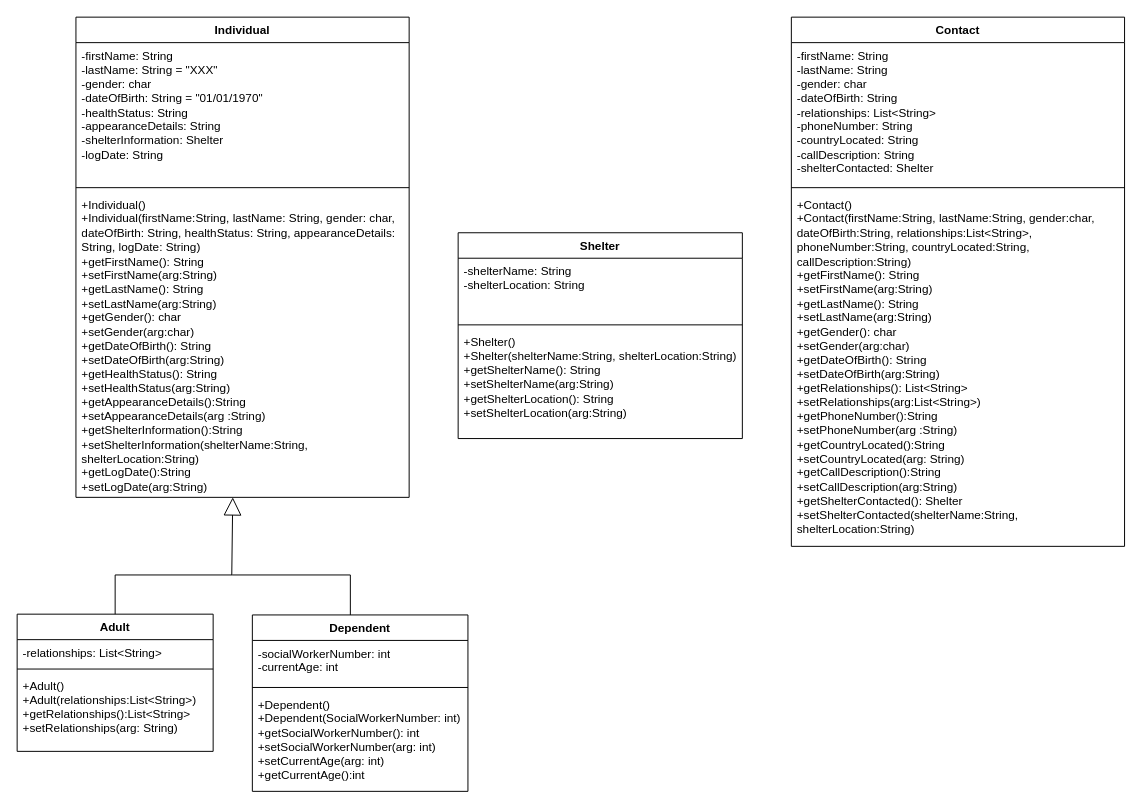
ENSF-380-Group-25/Project-1 keeps this draw.io diagram as disaster_recover_UML_25.drawio. Above is the earlier version. Source tidied: cells renumbered, new cells numbered last; positions are measured from the earlier drawing's top-left corner, leaving out a move shared by most shapes. Both pictures are drawn from the tidied source at 98%, with x=0, y=0 at pixel (17, 17).
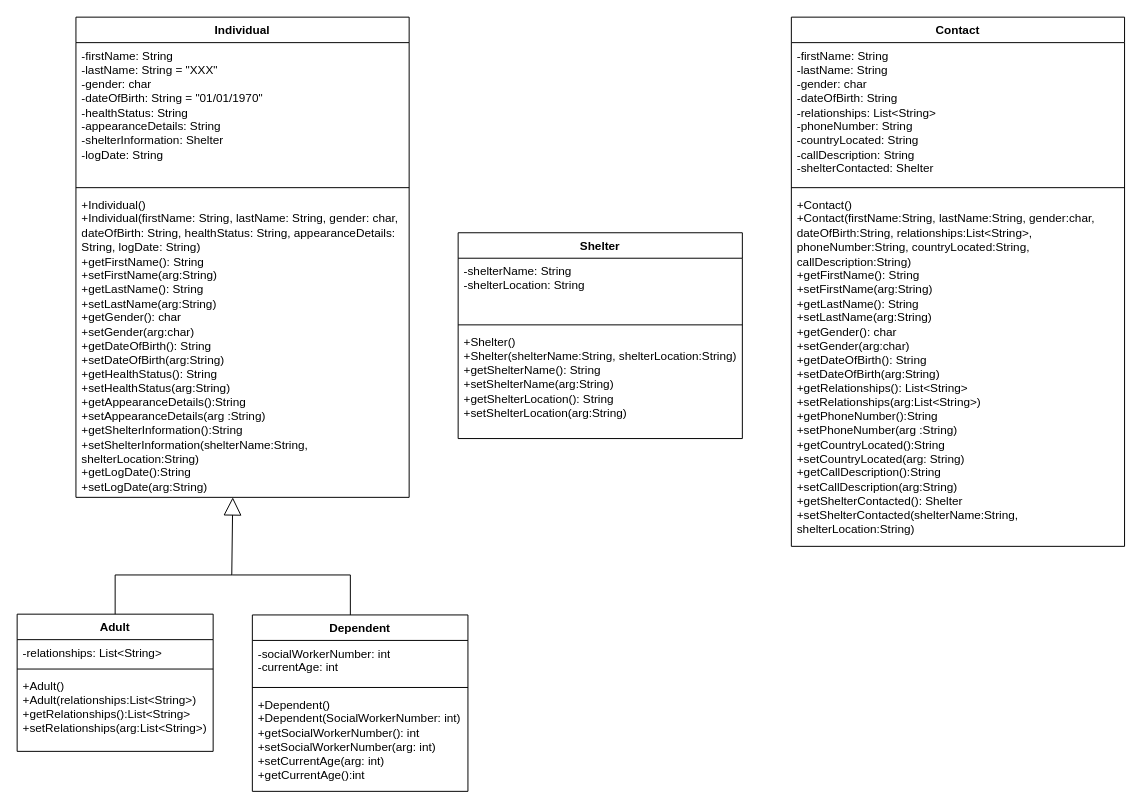
The same page after the edit.

Unchanged cells that the change refers to:
```xml
<mxCell id="2" value="Individual" style="swimlane;fontStyle=1;align=center;verticalAlign=top;horizontal=1;startSize=26;whiteSpace=wrap;html=1;" parent="1" vertex="1">
  <mxGeometry x="60" width="340" height="490" as="geometry" />
</mxCell>
<mxCell id="7" value="Adult" style="swimlane;fontStyle=1;align=center;verticalAlign=top;horizontal=1;startSize=26;whiteSpace=wrap;html=1;" parent="1" vertex="1">
  <mxGeometry y="609.2" width="200" height="140" as="geometry" />
</mxCell>
```

Diff of the diagram source:
```diff
@@
-    <mxCell id="5" value="&lt;div&gt;+Individual()&lt;/div&gt;&lt;div&gt;+Individual(firstName:String, lastName: String, gender: char, dateOfBirth: String, healthStatus: String, appearanceDetails: String, logDate: String)&lt;/div&gt;+getFirstName(): String&lt;div&gt;+setFirstName(arg:String)&lt;/div&gt;&lt;div&gt;+getLastName(): String&lt;div&gt;+setLastName(arg:String)&lt;/div&gt;&lt;div&gt;+getGender(): char&lt;div&gt;+setGender(arg:char)&lt;/div&gt;&lt;div&gt;+getDateOfBirth(): String&lt;div&gt;+setDateOfBirth(arg:String)&lt;/div&gt;&lt;div&gt;+getHealthStatus(): String&lt;div&gt;+setHealthStatus(arg:String)&lt;/div&gt;&lt;div&gt;+getAppearanceDetails():String&lt;/div&gt;&lt;div&gt;+setAppearanceDetails(arg&amp;nbsp;&lt;span style=&quot;background-color: transparent; color: light-dark(rgb(0, 0, 0), rgb(255, 255, 255));&quot;&gt;:String&lt;/span&gt;&lt;span style=&quot;background-color: transparent; color: light-dark(rgb(0, 0, 0), rgb(255, 255, 255));&quot;&gt;)&lt;/span&gt;&lt;/div&gt;&lt;div&gt;+getShelterInformation():String&lt;/div&gt;&lt;div&gt;+setShelterInformation(shelterName:String, shelterLocation:String)&lt;/div&gt;&lt;div&gt;+getLogDate():String&lt;/div&gt;&lt;div&gt;+setLogDate(arg:String)&lt;/div&gt;&lt;div&gt;&lt;br&gt;&lt;/div&gt;&lt;div&gt;&lt;br&gt;&lt;/div&gt;&lt;/div&gt;&lt;div&gt;&lt;br&gt;&lt;/div&gt;&lt;/div&gt;&lt;/div&gt;&lt;div&gt;&lt;br&gt;&lt;/div&gt;&lt;/div&gt;" style="text;strokeColor=none;fillColor=none;align=left;verticalAlign=top;spacingLeft=4;spacingRight=4;overflow=hidden;whiteSpace=wrap;html=1;" parent="2" vertex="1">
+    <mxCell id="5" value="&lt;div&gt;+Individual()&lt;/div&gt;&lt;div&gt;+Individual(firstName: String, lastName: String, gender: char, dateOfBirth: String, healthStatus: String, appearanceDetails: String, logDate: String)&lt;/div&gt;+getFirstName(): String&lt;div&gt;+setFirstName(arg:String)&lt;/div&gt;&lt;div&gt;+getLastName(): String&lt;div&gt;+setLastName(arg:String)&lt;/div&gt;&lt;div&gt;+getGender(): char&lt;div&gt;+setGender(arg:char)&lt;/div&gt;&lt;div&gt;+getDateOfBirth(): String&lt;div&gt;+setDateOfBirth(arg:String)&lt;/div&gt;&lt;div&gt;+getHealthStatus(): String&lt;div&gt;+setHealthStatus(arg:String)&lt;/div&gt;&lt;div&gt;+getAppearanceDetails():String&lt;/div&gt;&lt;div&gt;+setAppearanceDetails(arg&amp;nbsp;&lt;span style=&quot;background-color: transparent; color: light-dark(rgb(0, 0, 0), rgb(255, 255, 255));&quot;&gt;:String&lt;/span&gt;&lt;span style=&quot;background-color: transparent; color: light-dark(rgb(0, 0, 0), rgb(255, 255, 255));&quot;&gt;)&lt;/span&gt;&lt;/div&gt;&lt;div&gt;+getShelterInformation():String&lt;/div&gt;&lt;div&gt;+setShelterInformation(shelterName:String, shelterLocation:String)&lt;/div&gt;&lt;div&gt;+getLogDate():String&lt;/div&gt;&lt;div&gt;+setLogDate(arg:String)&lt;/div&gt;&lt;div&gt;&lt;br&gt;&lt;/div&gt;&lt;div&gt;&lt;br&gt;&lt;/div&gt;&lt;/div&gt;&lt;div&gt;&lt;br&gt;&lt;/div&gt;&lt;/div&gt;&lt;/div&gt;&lt;div&gt;&lt;br&gt;&lt;/div&gt;&lt;/div&gt;" style="text;strokeColor=none;fillColor=none;align=left;verticalAlign=top;spacingLeft=4;spacingRight=4;overflow=hidden;whiteSpace=wrap;html=1;" parent="2" vertex="1">
       <mxGeometry y="178" width="340" height="312" as="geometry" />
     </mxCell>
@@
-    <mxCell id="10" value="+Adult()&lt;div&gt;+Adult(relationships:List&amp;lt;String&amp;gt;&lt;span style=&quot;background-color: transparent; color: light-dark(rgb(0, 0, 0), rgb(255, 255, 255));&quot;&gt;)&lt;/span&gt;&lt;/div&gt;&lt;div&gt;&lt;div&gt;+getRelationships():List&amp;lt;String&amp;gt;&lt;div&gt;+setRelationships(arg: String)&lt;/div&gt;&lt;/div&gt;&lt;/div&gt;" style="text;strokeColor=none;fillColor=none;align=left;verticalAlign=top;spacingLeft=4;spacingRight=4;overflow=hidden;whiteSpace=wrap;html=1;" parent="7" vertex="1">
+    <mxCell id="10" value="+Adult()&lt;div&gt;+Adult(relationships:List&amp;lt;String&amp;gt;&lt;span style=&quot;background-color: transparent; color: light-dark(rgb(0, 0, 0), rgb(255, 255, 255));&quot;&gt;)&lt;/span&gt;&lt;/div&gt;&lt;div&gt;&lt;div&gt;+getRelationships():List&amp;lt;String&amp;gt;&lt;div&gt;+setRelationships(arg:List&amp;lt;String&amp;gt;)&lt;/div&gt;&lt;/div&gt;&lt;/div&gt;" style="text;strokeColor=none;fillColor=none;align=left;verticalAlign=top;spacingLeft=4;spacingRight=4;overflow=hidden;whiteSpace=wrap;html=1;" parent="7" vertex="1">
       <mxGeometry y="60" width="200" height="80" as="geometry" />
     </mxCell>
```
